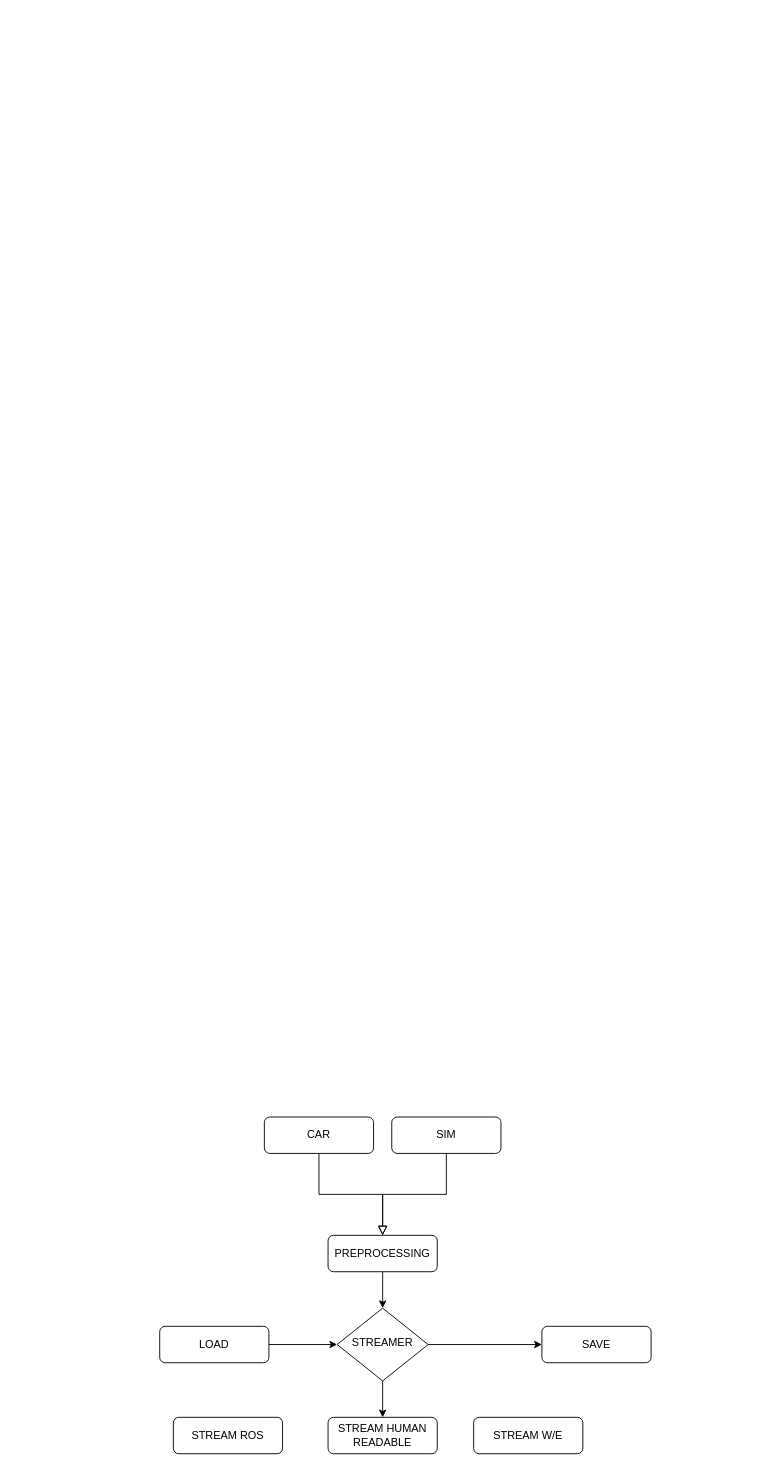
This is diagram_sketch.drawio from nemodrive/hardware_driver, a draw.io file, before an edit. Source tidied: cells renumbered, new cells numbered last; positions are measured from the earlier drawing's top-left corner, leaving out a move shared by most shapes. Both pictures are drawn from the tidied source at 91%, with x=0, y=0 at pixel (159, 1117).
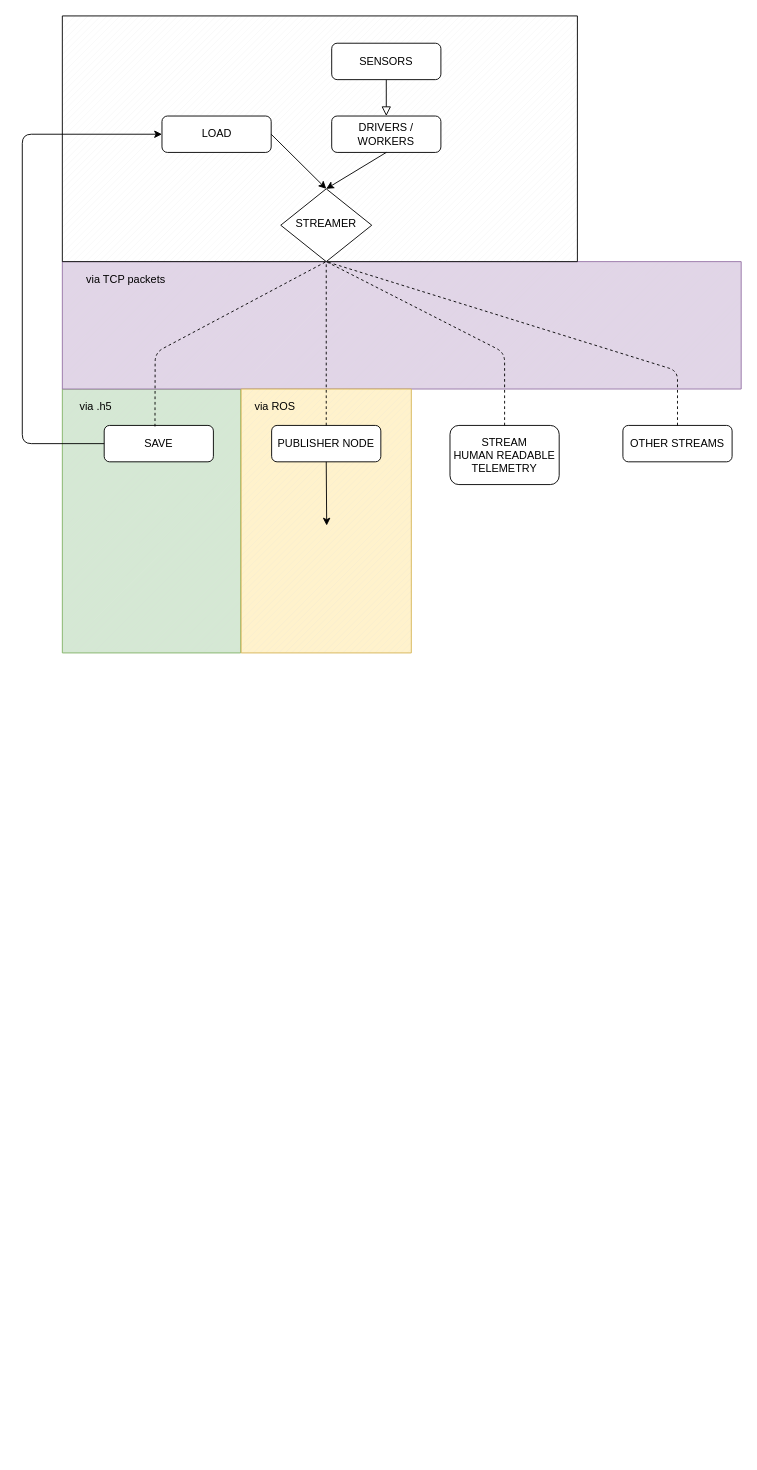
The same page after the edit.

Change to the diagram source:
```diff
@@
+    <mxCell id="17" style="verticalLabelPosition=bottom;verticalAlign=top;html=1;shape=mxgraph.basic.patternFillRect;fillStyle=diag;step=5;fillStrokeWidth=0.2;fillStrokeColor=#dddddd;fillColor=#d5e8d4;strokeColor=#82b366;shadow=0;" parent="1" vertex="1">
+      <mxGeometry x="-107" y="-800" width="196" height="290" as="geometry" />
+    </mxCell>
+    <mxCell id="18" style="verticalLabelPosition=bottom;verticalAlign=top;html=1;shape=mxgraph.basic.patternFillRect;fillStyle=diag;step=5;fillStrokeWidth=0.2;fillStrokeColor=#dddddd;fillColor=#e1d5e7;strokeColor=#9673a6;shadow=0;" parent="1" vertex="1">
+      <mxGeometry x="-107" y="-940" width="746" height="140" as="geometry" />
+    </mxCell>
+    <mxCell id="19" style="verticalLabelPosition=bottom;verticalAlign=top;html=1;shape=mxgraph.basic.patternFillRect;fillStyle=diag;step=5;fillStrokeWidth=0.2;fillStrokeColor=#dddddd;fillColor=#fff2cc;strokeColor=#d6b656;shadow=0;" parent="1" vertex="1">
+      <mxGeometry x="89.5" y="-800" width="187" height="290" as="geometry" />
+    </mxCell>
+    <mxCell id="20" style="verticalLabelPosition=bottom;verticalAlign=top;html=1;shape=mxgraph.basic.patternFillRect;fillStyle=diag;step=5;fillStrokeWidth=0.2;fillStrokeColor=#dddddd;" parent="1" vertex="1">
+      <mxGeometry x="-107" y="-1210" width="566" height="270" as="geometry" />
+    </mxCell>
@@
-    <mxCell id="3" value="CAR" style="rounded=1;whiteSpace=wrap;html=1;fontSize=12;glass=0;strokeWidth=1;shadow=0;" parent="1" vertex="1">
-      <mxGeometry x="115" width="120" height="40" as="geometry" />
+    <mxCell id="3" value="SENSORS" style="rounded=1;whiteSpace=wrap;html=1;fontSize=12;glass=0;strokeWidth=1;shadow=0;" parent="1" vertex="1">
+      <mxGeometry x="189" y="-1180" width="120" height="40" as="geometry" />
     </mxCell>
-    <mxCell id="4" style="rounded=0;html=1;jettySize=auto;fontSize=11;endArrow=block;endFill=0;endSize=8;strokeWidth=1;shadow=0;labelBackgroundColor=none;edgeStyle=orthogonalEdgeStyle;entryX=0.5;entryY=0;entryDx=0;entryDy=0;" parent="1" edge="1" source="5" target="6">
-      <mxGeometry relative="1" as="geometry" />
-    </mxCell>
-    <mxCell id="5" value="SIM" style="rounded=1;whiteSpace=wrap;html=1;fontSize=12;glass=0;strokeWidth=1;shadow=0;" parent="1" vertex="1">
-      <mxGeometry x="255" width="120" height="40" as="geometry" />
-    </mxCell>
-    <mxCell id="6" value="PREPROCESSING" style="rounded=1;whiteSpace=wrap;html=1;fontSize=12;glass=0;strokeWidth=1;shadow=0;" parent="1" vertex="1">
-      <mxGeometry x="185" y="130" width="120" height="40" as="geometry" />
+    <mxCell id="6" value="DRIVERS / WORKERS" style="rounded=1;whiteSpace=wrap;html=1;fontSize=12;glass=0;strokeWidth=1;shadow=0;" parent="1" vertex="1">
+      <mxGeometry x="189" y="-1100" width="120" height="40" as="geometry" />
     </mxCell>
-    <mxCell id="7" value="STREAM HUMAN READABLE" style="rounded=1;whiteSpace=wrap;html=1;fontSize=12;glass=0;strokeWidth=1;shadow=0;" parent="1" vertex="1">
-      <mxGeometry x="185" y="330" width="120" height="40" as="geometry" />
+    <mxCell id="7" value="&lt;div&gt;STREAM &lt;br&gt;&lt;/div&gt;&lt;div&gt;HUMAN READABLE&lt;/div&gt;&lt;div&gt;TELEMETRY&lt;br&gt;&lt;/div&gt;" style="rounded=1;whiteSpace=wrap;html=1;fontSize=12;glass=0;strokeWidth=1;shadow=0;" parent="1" vertex="1">
+      <mxGeometry x="319" y="-760" width="120" height="65" as="geometry" />
     </mxCell>
-    <mxCell id="8" value="STREAM ROS" style="rounded=1;whiteSpace=wrap;html=1;fontSize=12;glass=0;strokeWidth=1;shadow=0;" parent="1" vertex="1">
-      <mxGeometry x="15" y="330" width="120" height="40" as="geometry" />
+    <mxCell id="8" value="PUBLISHER NODE" style="rounded=1;whiteSpace=wrap;html=1;fontSize=12;glass=0;strokeWidth=1;shadow=0;" parent="1" vertex="1">
+      <mxGeometry x="123" y="-760" width="120" height="40" as="geometry" />
     </mxCell>
-    <mxCell id="9" value="STREAM W/E" style="rounded=1;whiteSpace=wrap;html=1;fontSize=12;glass=0;strokeWidth=1;shadow=0;" parent="1" vertex="1">
-      <mxGeometry x="345" y="330" width="120" height="40" as="geometry" />
+    <mxCell id="9" value="OTHER STREAMS" style="rounded=1;whiteSpace=wrap;html=1;fontSize=12;glass=0;strokeWidth=1;shadow=0;" parent="1" vertex="1">
+      <mxGeometry x="509" y="-760" width="120" height="40" as="geometry" />
     </mxCell>
     <mxCell id="10" value="STREAMER" style="rhombus;whiteSpace=wrap;html=1;shadow=0;fontFamily=Helvetica;fontSize=12;align=center;strokeWidth=1;spacing=6;spacingTop=-4;" parent="1" vertex="1">
-      <mxGeometry x="195" y="210" width="100" height="80" as="geometry" />
+      <mxGeometry x="133" y="-1020" width="100" height="80" as="geometry" />
     </mxCell>
-    <mxCell id="11" style="endArrow=classic;html=1;exitX=0.5;exitY=1;exitDx=0;exitDy=0;entryX=0.5;entryY=0;entryDx=0;entryDy=0;" parent="1" edge="1" source="10" target="7">
-      <mxGeometry relative="1" as="geometry" />
-    </mxCell>
-    <mxCell id="12" style="endArrow=classic;html=1;exitX=1;exitY=0.5;exitDx=0;exitDy=0;" parent="1" edge="1" source="10">
-      <mxGeometry relative="1" as="geometry">
-        <mxPoint x="420" y="250" as="targetPoint" />
-      </mxGeometry>
-    </mxCell>
     <mxCell id="13" value="SAVE" style="rounded=1;whiteSpace=wrap;html=1;fontSize=12;glass=0;strokeWidth=1;shadow=0;" parent="1" vertex="1">
-      <mxGeometry x="420" y="230" width="120" height="40" as="geometry" />
+      <mxGeometry x="-61" y="-760" width="120" height="40" as="geometry" />
     </mxCell>
     <mxCell id="14" value="LOAD" style="rounded=1;whiteSpace=wrap;html=1;fontSize=12;glass=0;strokeWidth=1;shadow=0;" parent="1" vertex="1">
-      <mxGeometry y="230" width="120" height="40" as="geometry" />
+      <mxGeometry x="2.5" y="-1100" width="120" height="40" as="geometry" />
     </mxCell>
-    <mxCell id="15" style="endArrow=classic;html=1;exitX=1;exitY=0.5;exitDx=0;exitDy=0;entryX=0;entryY=0.5;entryDx=0;entryDy=0;" parent="1" edge="1" source="14" target="10">
-      <mxGeometry relative="1" as="geometry" />
+    <mxCell id="15" style="endArrow=classic;html=1;exitX=1;exitY=0.5;exitDx=0;exitDy=0;" parent="1" edge="1" source="14">
+      <mxGeometry relative="1" as="geometry">
+        <mxPoint x="183" y="-1020" as="targetPoint" />
+      </mxGeometry>
     </mxCell>
@@
+    <mxCell id="21" value="via TCP packets" style="text;html=1;strokeColor=none;fillColor=none;align=center;verticalAlign=middle;whiteSpace=wrap;rounded=0;shadow=0;" parent="1" vertex="1">
+      <mxGeometry x="-107" y="-930" width="140" height="20" as="geometry" />
+    </mxCell>
+    <mxCell id="22" value="via ROS" style="text;html=1;strokeColor=none;fillColor=none;align=center;verticalAlign=middle;whiteSpace=wrap;rounded=0;shadow=0;" parent="1" vertex="1">
+      <mxGeometry x="96.5" y="-790" width="60" height="20" as="geometry" />
+    </mxCell>
+    <mxCell id="23" style="endArrow=none;dashed=1;html=1;entryX=0.5;entryY=1;entryDx=0;entryDy=0;exitX=0.5;exitY=0;exitDx=0;exitDy=0;" parent="1" edge="1" source="8" target="10">
+      <mxGeometry relative="1" as="geometry" />
+    </mxCell>
+    <mxCell id="24" style="endArrow=classic;html=1;exitX=0.5;exitY=1;exitDx=0;exitDy=0;" parent="1" edge="1" source="8">
+      <mxGeometry relative="1" as="geometry">
+        <mxPoint x="183.5" y="-650" as="targetPoint" />
+      </mxGeometry>
+    </mxCell>
+    <mxCell id="25" style="endArrow=none;dashed=1;html=1;entryX=0.5;entryY=1;entryDx=0;entryDy=0;exitX=0.465;exitY=0.029;exitDx=0;exitDy=0;exitPerimeter=0;" parent="1" edge="1" source="13" target="10">
+      <mxGeometry relative="1" as="geometry">
+        <Array as="points">
+          <mxPoint x="-5" y="-840" />
+        </Array>
+      </mxGeometry>
+    </mxCell>
+    <mxCell id="26" style="endArrow=none;dashed=1;html=1;exitX=0.5;exitY=0;exitDx=0;exitDy=0;entryX=0.5;entryY=1;entryDx=0;entryDy=0;" parent="1" edge="1" source="7" target="10">
+      <mxGeometry relative="1" as="geometry">
+        <Array as="points">
+          <mxPoint x="379" y="-840" />
+        </Array>
+      </mxGeometry>
+    </mxCell>
+    <mxCell id="27" style="endArrow=classic;html=1;exitX=0;exitY=0.5;exitDx=0;exitDy=0;entryX=0;entryY=0.5;entryDx=0;entryDy=0;" parent="1" edge="1" source="13" target="14">
+      <mxGeometry relative="1" as="geometry">
+        <Array as="points">
+          <mxPoint x="-151" y="-740" />
+          <mxPoint x="-151" y="-1080" />
+        </Array>
+      </mxGeometry>
+    </mxCell>
+    <mxCell id="28" style="endArrow=none;dashed=1;html=1;exitX=0.5;exitY=0;exitDx=0;exitDy=0;" parent="1" edge="1" source="9">
+      <mxGeometry relative="1" as="geometry">
+        <mxPoint x="183" y="-940" as="targetPoint" />
+        <Array as="points">
+          <mxPoint x="569" y="-820" />
+        </Array>
+      </mxGeometry>
+    </mxCell>
+    <mxCell id="29" value="via .h5" style="text;html=1;strokeColor=none;fillColor=none;align=center;verticalAlign=middle;whiteSpace=wrap;rounded=0;shadow=0;" parent="1" vertex="1">
+      <mxGeometry x="-100" y="-790" width="60" height="20" as="geometry" />
+    </mxCell>
```
